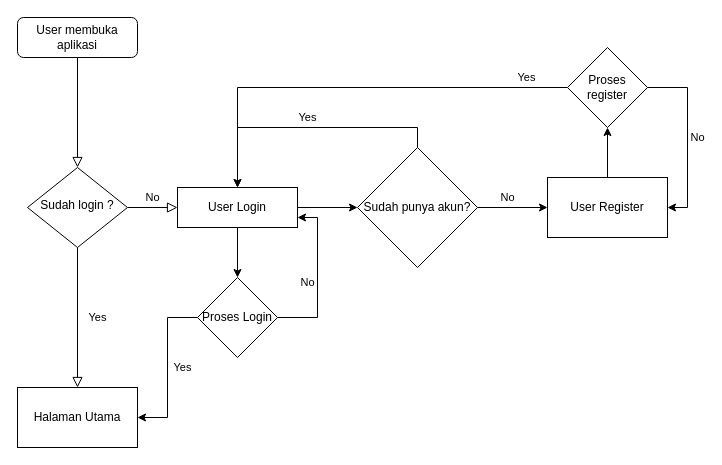
Earlier version of the draw.io diagram page "Auth" (1 of 4) of Untitled Diagram.drawio (triandamai/cexup-docs). Source tidied: cells renumbered, new cells numbered last; positions are measured from the earlier drawing's top-left corner, leaving out a move shared by most shapes. Both pictures are drawn from the tidied source at 100%, with x=0, y=0 at pixel (17, 17).
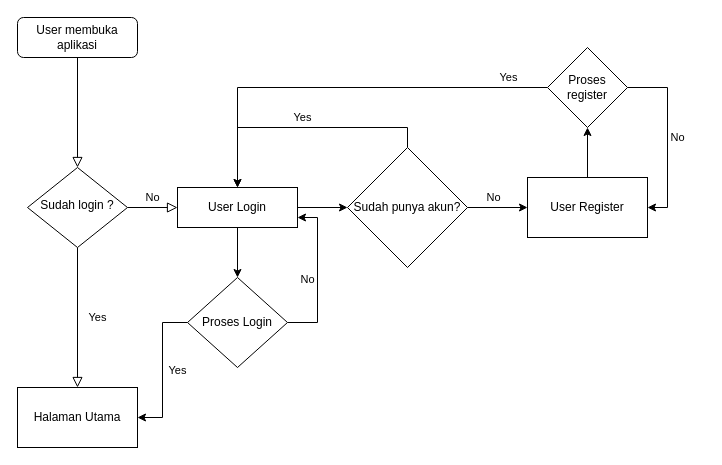
The same diagram, later.

The change refers to these unchanged cells:
```xml
<mxCell id="9" value="User Login" style="rounded=0;whiteSpace=wrap;html=1;fontSize=12;glass=0;strokeWidth=1;shadow=0;" parent="1" vertex="1">
  <mxGeometry x="160" y="170" width="120" height="40" as="geometry" />
</mxCell>
```

What changed in the source:
```diff
@@
     <mxCell id="11" value="Yes" style="edgeStyle=orthogonalEdgeStyle;rounded=0;jettySize=auto;html=1;entryX=0.5;entryY=0;entryDx=0;entryDy=0;exitX=0.5;exitY=0;exitDx=0;exitDy=0;" parent="1" edge="1" source="12" target="9">
       <mxGeometry y="-10" relative="1" as="geometry">
         <Array as="points">
-          <mxPoint x="400" y="110" />
+          <mxPoint x="390" y="110" />
           <mxPoint x="220" y="110" />
         </Array>
       </mxGeometry>
     </mxCell>
     <mxCell id="12" value="Sudah punya akun?" style="rhombus;whiteSpace=wrap;html=1;" parent="1" vertex="1">
-      <mxGeometry x="340" y="130" width="120" height="120" as="geometry" />
+      <mxGeometry x="330" y="130" width="120" height="120" as="geometry" />
     </mxCell>
@@
     <mxCell id="15" value="User Register" style="rounded=0;whiteSpace=wrap;html=1;" parent="1" vertex="1">
-      <mxGeometry x="530" y="160" width="120" height="60" as="geometry" />
+      <mxGeometry x="510" y="160" width="120" height="60" as="geometry" />
     </mxCell>
@@
-    <mxCell id="17" value="No" style="edgeStyle=orthogonalEdgeStyle;rounded=0;jettySize=auto;html=1;entryX=1;entryY=0.75;entryDx=0;entryDy=0;" parent="1" edge="1" source="18" target="9">
+    <mxCell id="17" value="No" style="edgeStyle=orthogonalEdgeStyle;rounded=0;jettySize=auto;html=1;entryX=1;entryY=0.75;entryDx=0;entryDy=0;exitX=1;exitY=0.5;exitDx=0;exitDy=0;" parent="1" edge="1" source="18" target="9">
       <mxGeometry x="-0.06" y="10" relative="1" as="geometry">
         <Array as="points">
-          <mxPoint x="300" y="300" />
+          <mxPoint x="300" y="305" />
           <mxPoint x="300" y="200" />
         </Array>
       </mxGeometry>
     </mxCell>
     <mxCell id="18" value="Proses Login" style="rhombus;whiteSpace=wrap;html=1;rounded=0;" parent="1" vertex="1">
-      <mxGeometry x="180" y="260" width="80" height="80" as="geometry" />
+      <mxGeometry x="170" y="260" width="100" height="90" as="geometry" />
     </mxCell>
@@
     <mxCell id="21" value="Proses register" style="rhombus;whiteSpace=wrap;html=1;rounded=0;" parent="1" vertex="1">
-      <mxGeometry x="550" y="30" width="80" height="80" as="geometry" />
+      <mxGeometry x="530" y="30" width="80" height="80" as="geometry" />
     </mxCell>
```
